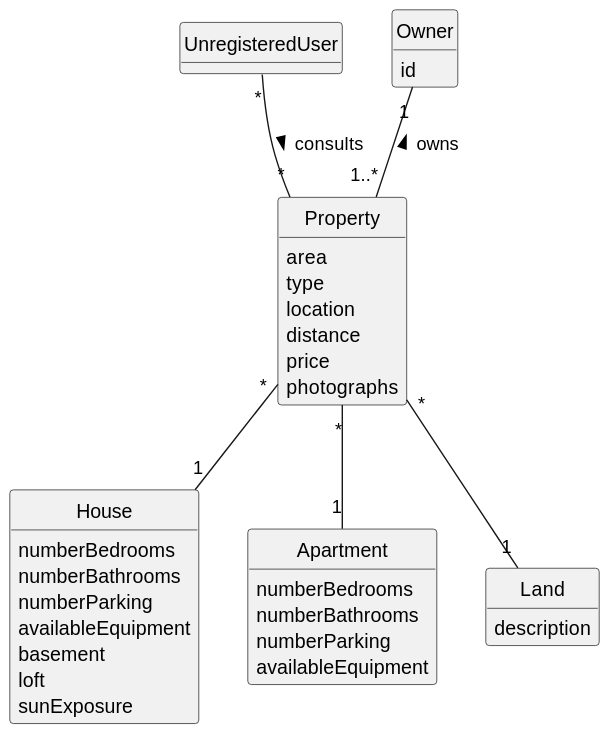
Above: docs/sprintA/us001/02.analysis/svg/us001-domain-model.svg in PEDROMOREIRA45/lei-23-s2-1dg-g31 (PlantUML), before the change. Source of this version:
```plantuml
@startuml
skinparam monochrome true
skinparam packageStyle rectangle
skinparam shadowing false


skinparam classAttributeIconSize 0

hide circle
hide methods


class Property {
    area
    type
    location
    distance
    price
    photographs
}

class UnregisteredUser

class Owner {
    id
}

class House{
    numberBedrooms
    numberBathrooms
    numberParking
    availableEquipment
    basement
    loft
    sunExposure
}

class Apartment{
    numberBedrooms
    numberBathrooms
    numberParking
    availableEquipment
}

class Land{
    description
}



UnregisteredUser "*" -- "*" Property: consults >
Owner "1"--"1..*" Property: owns <
Property "*" -- "1" Land
Property "*" -- "1" Apartment
Property "*" -- "1" House
@enduml
```
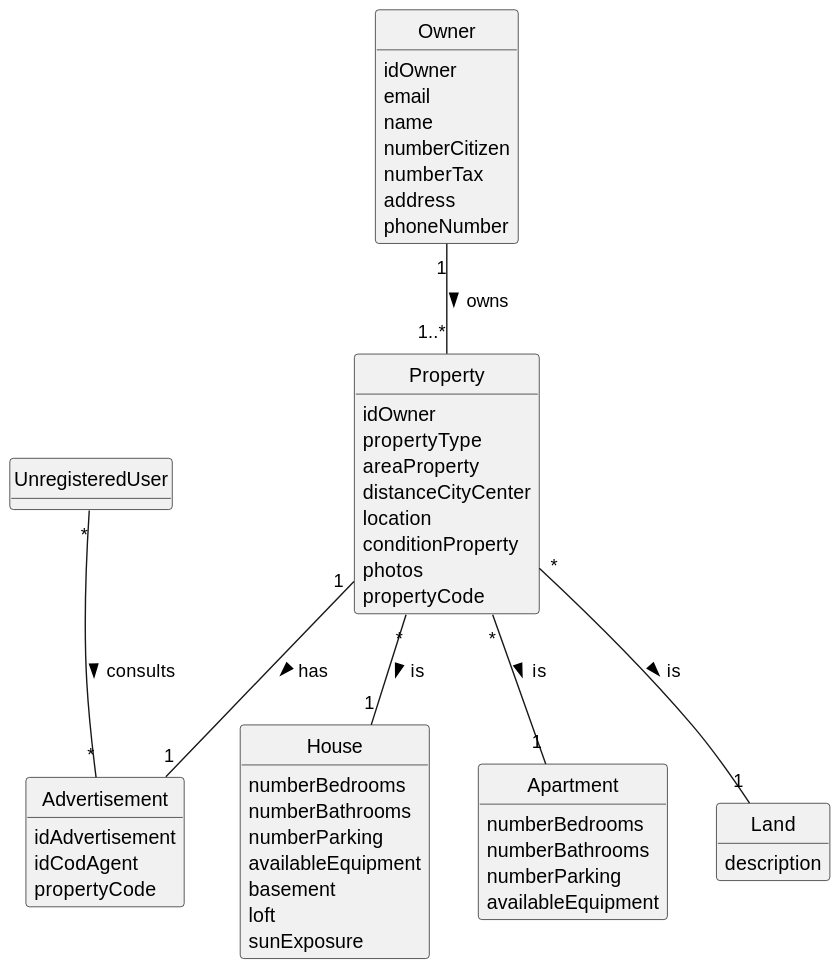
After the change.

Commit message:
us001 domain model

Diff of the diagram source:
```diff
@@ -10,22 +10,31 @@
 hide methods
 
 
-class Property {
-    area
-    type
+class Property{
+    idOwner
+    propertyType
+    areaProperty
+    distanceCityCenter
     location
-    distance
-    price
-    photographs
+    conditionProperty
+    photos
+    propertyCode
 }
 
 class UnregisteredUser
 
 class Owner {
-    id
+    idOwner
+    email
+    name
+    numberCitizen
+    numberTax
+    address
+    phoneNumber
 }
 
-class House{
+
+class House {
     numberBedrooms
     numberBathrooms
     numberParking
@@ -46,11 +55,18 @@
     description
 }
 
+class Advertisement {
+    idAdvertisement
+    idCodAgent
+    propertyCode
+}
 
 
-UnregisteredUser "*" -- "*" Property: consults >
-Owner "1"--"1..*" Property: owns <
-Property "*" -- "1" Land
-Property "*" -- "1" Apartment
-Property "*" -- "1" House
+
+UnregisteredUser "*" -- "*" Advertisement: consults >
+Owner "1"--"1..*" Property: owns >
+Property "*" -- "1" Land: is >
+Property "*" -- "1" Apartment: is >
+Property "*" -- "1" House: is >
+Property "1" -- "1" Advertisement: has >
 @enduml
```
